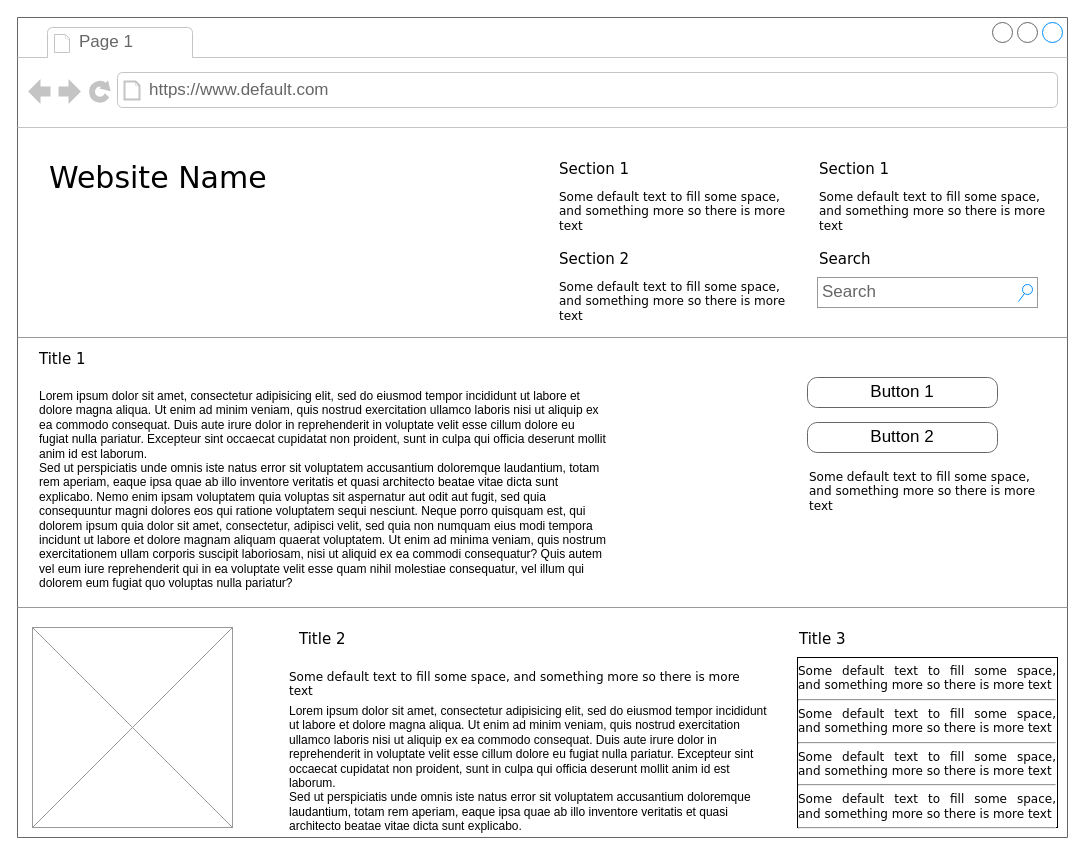
sunbreak-pro/caregestudy keeps this draw.io diagram as ワイヤーフレーム.drawio. Above is the earlier version. Source tidied: cells renumbered, new cells numbered last; positions are measured from the earlier drawing's top-left corner, leaving out a move shared by most shapes. Both pictures are drawn from the tidied source at 100%, with x=0, y=0 at pixel (17, 17).
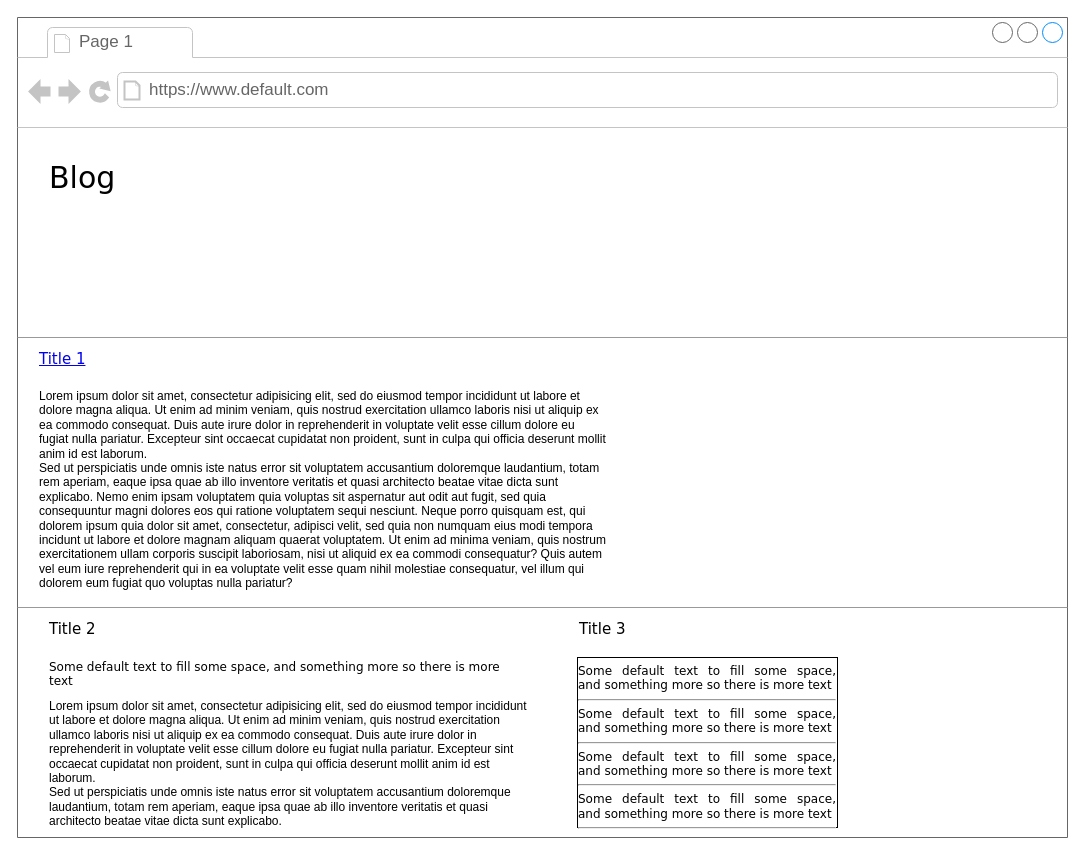
The same page after the edit.

Commit message:
ワイヤーフレーム.drawio を更新します

Unchanged cells that the change refers to:
```xml
<mxCell id="2" style="strokeWidth=1;shadow=0;dashed=0;align=center;html=1;shape=mxgraph.mockup.containers.browserWindow;rSize=0;strokeColor=#666666;mainText=,;rounded=0;labelBackgroundColor=none;fontFamily=Verdana;fontSize=12;" parent="1" vertex="1">
  <mxGeometry width="1050" height="820" as="geometry" />
</mxCell>
```

What changed in the source:
```diff
@@
-    <mxCell id="5" value="Website Name" style="text;html=1;align=left;verticalAlign=top;spacingTop=-4;fontSize=30;fontFamily=Verdana;" parent="2" vertex="1">
+    <mxCell id="5" value="Blog" style="text;html=1;align=left;verticalAlign=top;spacingTop=-4;fontSize=30;fontFamily=Verdana;" parent="2" vertex="1">
       <mxGeometry x="30" y="140" width="340" height="50" as="geometry" />
     </mxCell>
-    <mxCell id="6" value="Section 1" style="text;html=1;align=left;verticalAlign=top;spacingTop=-4;fontSize=15;fontFamily=Verdana;" parent="2" vertex="1">
-      <mxGeometry x="540" y="140" width="170" height="30" as="geometry" />
-    </mxCell>
-    <mxCell id="7" value="Some default text to fill some space, and&amp;nbsp;&lt;span&gt;something more so there is more text&lt;/span&gt;" style="text;html=1;align=left;verticalAlign=top;spacingTop=-4;fontSize=12;fontFamily=Verdana;whiteSpace=wrap;" parent="2" vertex="1">
-      <mxGeometry x="540" y="170" width="240" height="40" as="geometry" />
-    </mxCell>
-    <mxCell id="8" value="Section 2" style="text;html=1;align=left;verticalAlign=top;spacingTop=-4;fontSize=15;fontFamily=Verdana;" parent="2" vertex="1">
-      <mxGeometry x="540" y="230" width="170" height="30" as="geometry" />
-    </mxCell>
-    <mxCell id="9" value="Some default text to fill some space, and&amp;nbsp;&lt;span&gt;something more so there is more text&lt;/span&gt;" style="text;html=1;align=left;verticalAlign=top;spacingTop=-4;fontSize=12;fontFamily=Verdana;whiteSpace=wrap;" parent="2" vertex="1">
-      <mxGeometry x="540" y="260" width="240" height="40" as="geometry" />
-    </mxCell>
-    <mxCell id="10" value="Section 1" style="text;html=1;align=left;verticalAlign=top;spacingTop=-4;fontSize=15;fontFamily=Verdana;" parent="2" vertex="1">
-      <mxGeometry x="800" y="140" width="170" height="30" as="geometry" />
-    </mxCell>
-    <mxCell id="11" value="Some default text to fill some space, and&amp;nbsp;&lt;span&gt;something more so there is more text&lt;/span&gt;" style="text;html=1;align=left;verticalAlign=top;spacingTop=-4;fontSize=12;fontFamily=Verdana;whiteSpace=wrap;" parent="2" vertex="1">
-      <mxGeometry x="800" y="170" width="240" height="40" as="geometry" />
-    </mxCell>
-    <mxCell id="12" value="Search" style="text;html=1;align=left;verticalAlign=top;spacingTop=-4;fontSize=15;fontFamily=Verdana;" parent="2" vertex="1">
-      <mxGeometry x="800" y="230" width="170" height="30" as="geometry" />
-    </mxCell>
-    <mxCell id="13" value="Search" style="strokeWidth=1;shadow=0;dashed=0;align=center;html=1;shape=mxgraph.mockup.forms.searchBox;strokeColor=#999999;mainText=;strokeColor2=#008cff;fontColor=#666666;fontSize=17;align=left;spacingLeft=3;rounded=0;labelBackgroundColor=none;" parent="2" vertex="1">
-      <mxGeometry x="800" y="260" width="220" height="30" as="geometry" />
-    </mxCell>
@@
-    <mxCell id="15" value="Title 1" style="text;html=1;align=left;verticalAlign=top;spacingTop=-4;fontSize=15;fontFamily=Verdana;" parent="2" vertex="1">
+    <mxCell id="15" value="&lt;a href=&quot;data:page/id,2cc2dc42-3aac-f2a9-1cec-7a8b7cbee084&quot;&gt;Title 1&lt;/a&gt;" style="text;html=1;align=left;verticalAlign=top;spacingTop=-4;fontSize=15;fontFamily=Verdana;" parent="2" vertex="1">
       <mxGeometry x="20" y="330" width="170" height="30" as="geometry" />
     </mxCell>
@@
-    <mxCell id="17" value="Button 1" style="strokeWidth=1;shadow=0;dashed=0;align=center;html=1;shape=mxgraph.mockup.buttons.button;strokeColor=#666666;mainText=;buttonStyle=round;fontSize=17;fontStyle=0;fillColor=none;whiteSpace=wrap;rounded=0;labelBackgroundColor=none;" parent="2" vertex="1">
-      <mxGeometry x="790" y="360" width="190" height="30" as="geometry" />
-    </mxCell>
-    <mxCell id="18" value="Button 2" style="strokeWidth=1;shadow=0;dashed=0;align=center;html=1;shape=mxgraph.mockup.buttons.button;strokeColor=#666666;mainText=;buttonStyle=round;fontSize=17;fontStyle=0;fillColor=none;whiteSpace=wrap;rounded=0;labelBackgroundColor=none;" parent="2" vertex="1">
-      <mxGeometry x="790" y="405" width="190" height="30" as="geometry" />
-    </mxCell>
-    <mxCell id="19" value="Some default text to fill some space, and&amp;nbsp;&lt;span&gt;something more so there is more text&lt;/span&gt;" style="text;html=1;align=left;verticalAlign=top;spacingTop=-4;fontSize=12;fontFamily=Verdana;whiteSpace=wrap;" parent="2" vertex="1">
-      <mxGeometry x="790" y="450" width="240" height="40" as="geometry" />
-    </mxCell>
@@
-    <mxCell id="21" style="verticalLabelPosition=bottom;shadow=0;dashed=0;align=center;html=1;verticalAlign=top;strokeWidth=1;shape=mxgraph.mockup.graphics.simpleIcon;strokeColor=#999999;fillColor=#ffffff;rounded=0;labelBackgroundColor=none;fontFamily=Verdana;fontSize=12;fontColor=#000000;" parent="2" vertex="1">
-      <mxGeometry x="15" y="610" width="200" height="200" as="geometry" />
-    </mxCell>
     <mxCell id="22" value="Title 2" style="text;html=1;align=left;verticalAlign=top;spacingTop=-4;fontSize=15;fontFamily=Verdana;" parent="2" vertex="1">
-      <mxGeometry x="280" y="610" width="170" height="30" as="geometry" />
+      <mxGeometry x="30" y="600" width="150" height="30" as="geometry" />
     </mxCell>
     <mxCell id="23" value="Title 3" style="text;html=1;align=left;verticalAlign=top;spacingTop=-4;fontSize=15;fontFamily=Verdana;" parent="2" vertex="1">
-      <mxGeometry x="780" y="610" width="170" height="30" as="geometry" />
+      <mxGeometry x="560" y="600" width="170" height="30" as="geometry" />
     </mxCell>
     <mxCell id="24" value="&lt;div style=&quot;text-align: justify&quot;&gt;&lt;span&gt;Some default text to fill some space, and&amp;nbsp;&lt;/span&gt;&lt;span&gt;something more so there is more text&lt;/span&gt;&lt;/div&gt;&lt;div style=&quot;text-align: justify&quot;&gt;&lt;hr id=&quot;null&quot; style=&quot;text-align: justify&quot;&gt;&lt;span&gt;&lt;div style=&quot;text-align: justify&quot;&gt;&lt;span&gt;Some default text to fill some space, and&amp;nbsp;&lt;/span&gt;&lt;span&gt;something more so there is more text&lt;/span&gt;&lt;/div&gt;&lt;/span&gt;&lt;/div&gt;&lt;hr id=&quot;null&quot; style=&quot;text-align: justify&quot;&gt;&lt;span&gt;&lt;div style=&quot;text-align: justify&quot;&gt;&lt;span&gt;Some default text to fill some space, and&amp;nbsp;&lt;/span&gt;&lt;span&gt;something more so there is more text&lt;/span&gt;&lt;/div&gt;&lt;/span&gt;&lt;hr id=&quot;null&quot; style=&quot;text-align: justify&quot;&gt;&lt;span&gt;&lt;div style=&quot;text-align: justify&quot;&gt;&lt;span&gt;Some default text to fill some space, and&amp;nbsp;&lt;/span&gt;&lt;span&gt;something more so there is more text&lt;/span&gt;&lt;/div&gt;&lt;/span&gt;&lt;hr id=&quot;null&quot; style=&quot;text-align: left&quot;&gt;" style="whiteSpace=wrap;html=1;rounded=0;shadow=0;labelBackgroundColor=none;strokeWidth=1;fontFamily=Verdana;fontSize=12;align=center;verticalAlign=top;" parent="2" vertex="1">
-      <mxGeometry x="780" y="640" width="260" height="170" as="geometry" />
+      <mxGeometry x="560" y="640" width="260" height="170" as="geometry" />
     </mxCell>
     <mxCell id="25" value="Some default text to fill some space, and&amp;nbsp;&lt;span&gt;something more so there is more text&lt;/span&gt;" style="text;html=1;align=left;verticalAlign=top;spacingTop=-4;fontSize=12;fontFamily=Verdana;whiteSpace=wrap;" parent="2" vertex="1">
-      <mxGeometry x="270" y="650" width="470" height="40" as="geometry" />
+      <mxGeometry x="30" y="640" width="470" height="40" as="geometry" />
     </mxCell>
-    <mxCell id="26" value="Lorem ipsum dolor sit amet, consectetur adipisicing elit, sed do eiusmod tempor incididunt ut labore et dolore magna aliqua. Ut enim ad minim veniam, quis nostrud exercitation ullamco laboris nisi ut aliquip ex ea commodo consequat. Duis aute irure dolor in reprehenderit in voluptate velit esse cillum dolore eu fugiat nulla pariatur. Excepteur sint occaecat cupidatat non proident, sunt in culpa qui officia deserunt mollit anim id est laborum.&lt;br&gt;Sed ut perspiciatis unde omnis iste natus error sit voluptatem accusantium doloremque laudantium, totam rem aperiam, eaque ipsa quae ab illo inventore veritatis et quasi architecto beatae vitae dicta sunt explicabo.&amp;nbsp;" style="text;spacingTop=-5;whiteSpace=wrap;html=1;align=left;fontSize=12;fontFamily=Helvetica;fillColor=none;strokeColor=none;rounded=0;shadow=1;labelBackgroundColor=none;" parent="1" vertex="1">
-      <mxGeometry x="270" y="685" width="490" height="125" as="geometry" />
+    <mxCell id="26" value="Lorem ipsum dolor sit amet, consectetur adipisicing elit, sed do eiusmod tempor incididunt ut labore et dolore magna aliqua. Ut enim ad minim veniam, quis nostrud exercitation ullamco laboris nisi ut aliquip ex ea commodo consequat. Duis aute irure dolor in reprehenderit in voluptate velit esse cillum dolore eu fugiat nulla pariatur. Excepteur sint occaecat cupidatat non proident, sunt in culpa qui officia deserunt mollit anim id est laborum.&lt;br&gt;Sed ut perspiciatis unde omnis iste natus error sit voluptatem accusantium doloremque laudantium, totam rem aperiam, eaque ipsa quae ab illo inventore veritatis et quasi architecto beatae vitae dicta sunt explicabo.&amp;nbsp;" style="text;spacingTop=-5;whiteSpace=wrap;html=1;align=left;fontSize=12;fontFamily=Helvetica;fillColor=none;strokeColor=none;rounded=0;shadow=1;labelBackgroundColor=none;" parent="2" vertex="1">
+      <mxGeometry x="30" y="680" width="490" height="125" as="geometry" />
     </mxCell>
```
